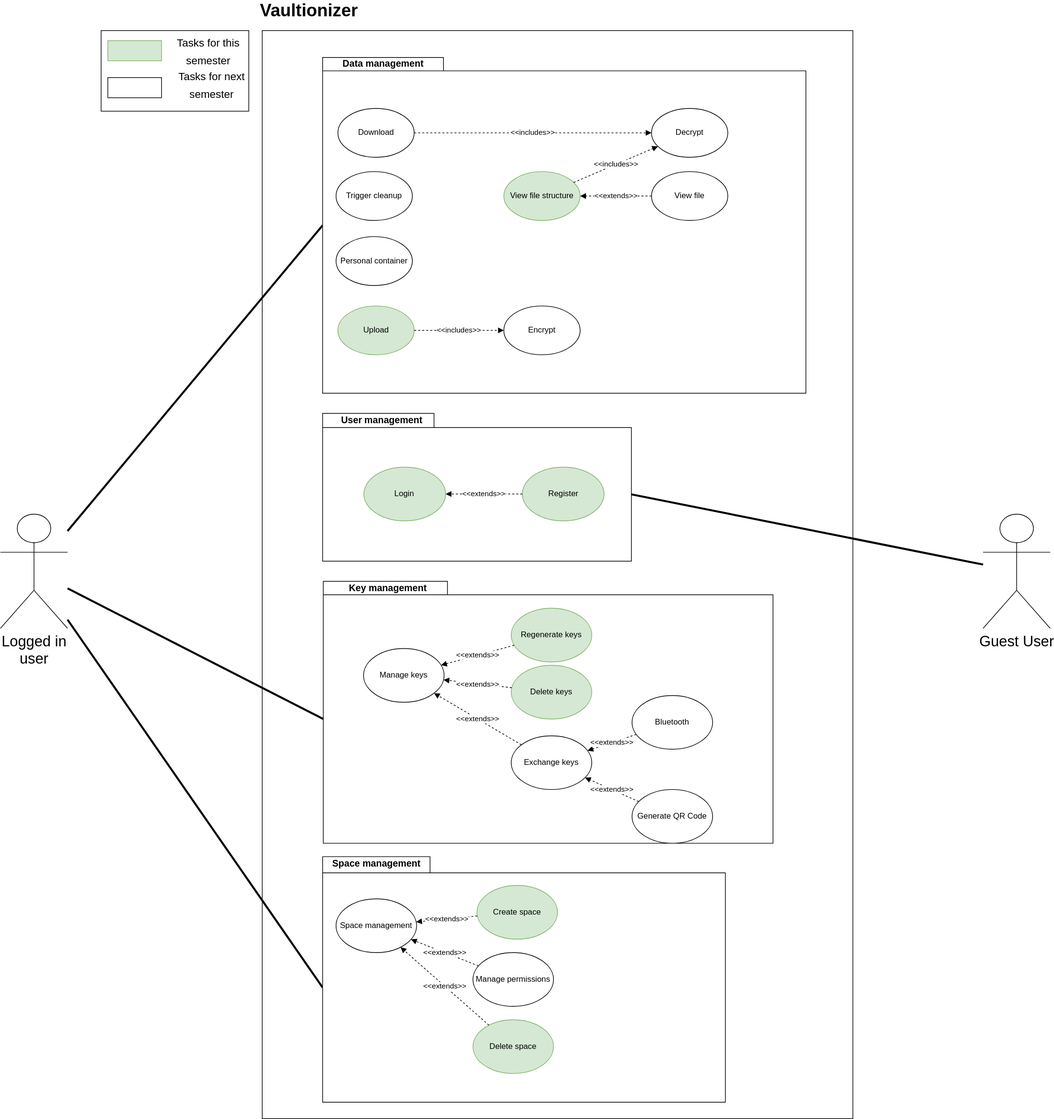
Before: img/use_cases/overall_use_case.svg, a diagram exported from draw.io (Vaultionizer/vault-docs). Source tidied: cells renumbered, new cells last; positions are measured from the earlier drawing's top-left corner, leaving out a move shared by most shapes.
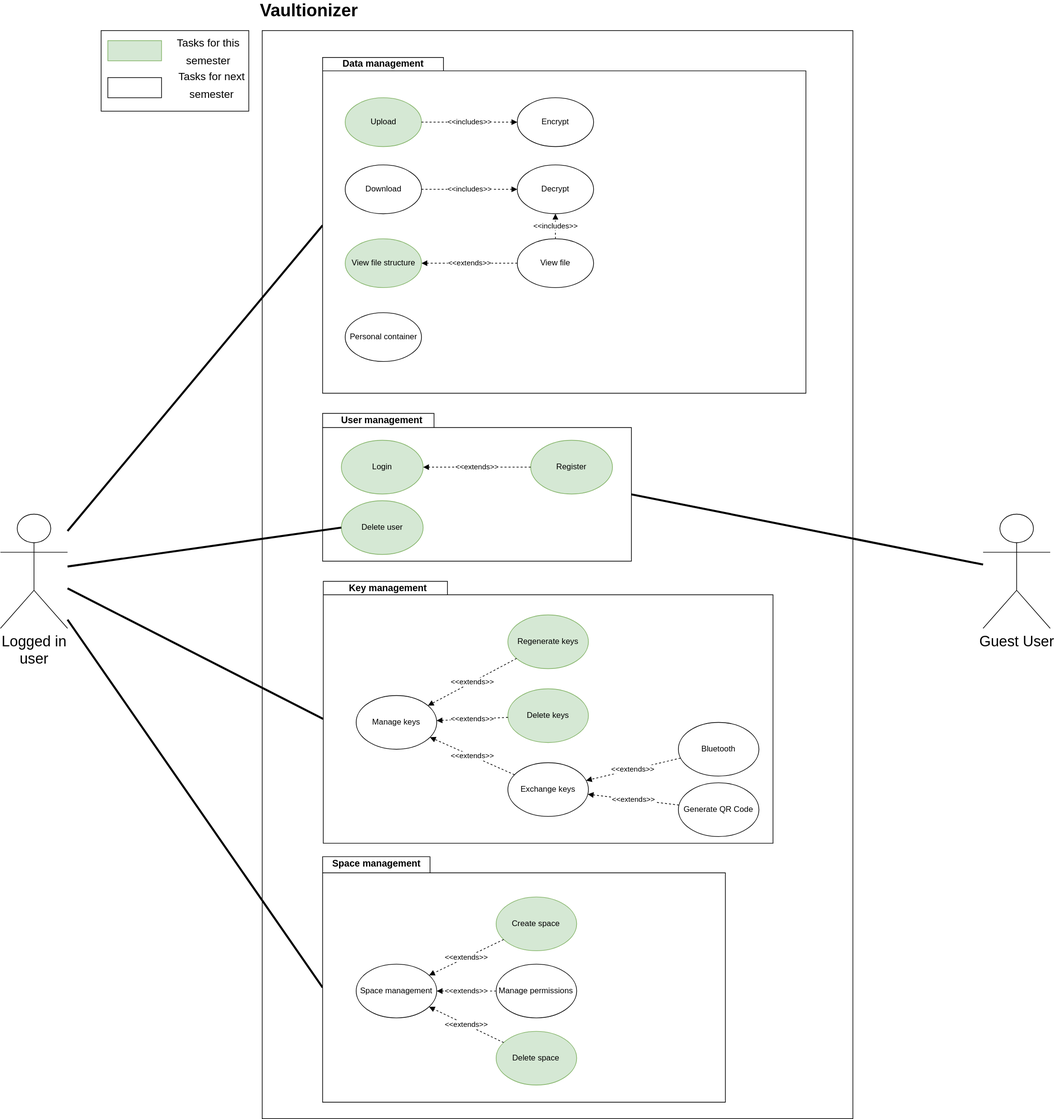
After the change.

Diff of the diagram source:
```diff
@@ -30,19 +30,19 @@
       <mxGeometry width="600" height="365.5" as="geometry" />
     </mxCell>
     <mxCell id="11" value="Space management" style="ellipse;whiteSpace=wrap;html=1;" parent="9" vertex="1">
-      <mxGeometry x="20" y="62.8" width="120" height="80" as="geometry" />
+      <mxGeometry x="50" y="160" width="120" height="80" as="geometry" />
     </mxCell>
     <mxCell id="12" value="Create space" style="ellipse;whiteSpace=wrap;html=1;fillColor=#d5e8d4;strokeColor=#82b366;" parent="9" vertex="1">
-      <mxGeometry x="230" y="42.8" width="120" height="80" as="geometry" />
+      <mxGeometry x="258.5" y="60" width="120" height="80" as="geometry" />
     </mxCell>
     <mxCell id="13" style="edgeStyle=none;rounded=0;orthogonalLoop=1;jettySize=auto;html=1;exitX=1;exitY=1;exitDx=0;exitDy=0;dashed=1;endArrow=block;endFill=1;" parent="9" edge="1" source="12" target="12">
       <mxGeometry relative="1" as="geometry" />
     </mxCell>
     <mxCell id="14" value="Manage permissions" style="ellipse;whiteSpace=wrap;html=1;" parent="9" vertex="1">
-      <mxGeometry x="224" y="142.8" width="120" height="80" as="geometry" />
+      <mxGeometry x="258.5" y="160" width="120" height="80" as="geometry" />
     </mxCell>
     <mxCell id="15" value="Delete space" style="ellipse;whiteSpace=wrap;html=1;fillColor=#d5e8d4;strokeColor=#82b366;" parent="9" vertex="1">
-      <mxGeometry x="224" y="242.8" width="120" height="80" as="geometry" />
+      <mxGeometry x="258.5" y="260" width="120" height="80" as="geometry" />
     </mxCell>
     <mxCell id="16" value="&amp;lt;&amp;lt;extends&amp;gt;&amp;gt;" style="edgeStyle=none;rounded=0;jettySize=auto;html=1;dashed=1;endArrow=block;endFill=1;" parent="9" edge="1" source="12" target="11">
       <mxGeometry relative="1" as="geometry" />
@@ -63,13 +63,13 @@
       <mxGeometry width="670" height="390" as="geometry" />
     </mxCell>
     <mxCell id="22" value="Manage keys" style="ellipse;whiteSpace=wrap;html=1;" parent="20" vertex="1">
-      <mxGeometry x="60" y="100" width="120" height="80" as="geometry" />
+      <mxGeometry x="49" y="170" width="120" height="80" as="geometry" />
     </mxCell>
     <mxCell id="23" value="Regenerate keys" style="ellipse;whiteSpace=wrap;html=1;fillColor=#d5e8d4;strokeColor=#82b366;" parent="20" vertex="1">
-      <mxGeometry x="280" y="40" width="120" height="80" as="geometry" />
+      <mxGeometry x="275" y="50" width="120" height="80" as="geometry" />
     </mxCell>
     <mxCell id="24" value="Delete keys" style="ellipse;whiteSpace=wrap;html=1;fillColor=#d5e8d4;strokeColor=#82b366;" parent="20" vertex="1">
-      <mxGeometry x="280" y="125" width="120" height="80" as="geometry" />
+      <mxGeometry x="275" y="160" width="120" height="80" as="geometry" />
     </mxCell>
     <mxCell id="25" value="&amp;lt;&amp;lt;extends&amp;gt;&amp;gt;" style="rounded=0;jettySize=auto;html=1;dashed=1;endArrow=block;endFill=1;" parent="20" edge="1" source="23" target="22">
       <mxGeometry relative="1" as="geometry" />
@@ -78,13 +78,13 @@
       <mxGeometry relative="1" as="geometry" />
     </mxCell>
     <mxCell id="27" value="Exchange keys" style="ellipse;whiteSpace=wrap;html=1;" parent="20" vertex="1">
-      <mxGeometry x="280" y="230" width="120" height="80" as="geometry" />
+      <mxGeometry x="275" y="270" width="120" height="80" as="geometry" />
     </mxCell>
     <mxCell id="28" value="Bluetooth" style="ellipse;whiteSpace=wrap;html=1;" parent="20" vertex="1">
-      <mxGeometry x="460" y="170" width="120" height="80" as="geometry" />
+      <mxGeometry x="529" y="210" width="120" height="80" as="geometry" />
     </mxCell>
     <mxCell id="29" value="Generate QR Code" style="ellipse;whiteSpace=wrap;html=1;" parent="20" vertex="1">
-      <mxGeometry x="460" y="310" width="120" height="80" as="geometry" />
+      <mxGeometry x="529" y="300" width="120" height="80" as="geometry" />
     </mxCell>
     <mxCell id="30" value="&amp;lt;&amp;lt;extends&amp;gt;&amp;gt;" style="rounded=0;jettySize=auto;html=1;dashed=1;endArrow=block;endFill=1;" parent="20" edge="1" source="27" target="22">
       <mxGeometry relative="1" as="geometry" />
@@ -105,10 +105,10 @@
       <mxGeometry width="460" height="220" as="geometry" />
     </mxCell>
     <mxCell id="36" value="Login" style="ellipse;whiteSpace=wrap;html=1;fillColor=#d5e8d4;strokeColor=#82b366;" parent="34" vertex="1">
-      <mxGeometry x="61.4" y="80" width="121.9" height="80" as="geometry" />
+      <mxGeometry x="27.9" y="40" width="121.9" height="80" as="geometry" />
     </mxCell>
     <mxCell id="37" value="Register" style="ellipse;whiteSpace=wrap;html=1;fillColor=#d5e8d4;strokeColor=#82b366;" parent="34" vertex="1">
-      <mxGeometry x="297.5" y="80" width="121.9" height="80" as="geometry" />
+      <mxGeometry x="310" y="40" width="121.9" height="80" as="geometry" />
     </mxCell>
     <mxCell id="38" value="&amp;lt;&amp;lt;extends&amp;gt;&amp;gt;" style="rounded=0;jettySize=auto;html=1;dashed=1;endArrow=block;endFill=1;" parent="34" edge="1" source="37" target="36">
       <mxGeometry relative="1" as="geometry" />
@@ -116,6 +116,9 @@
     <mxCell id="39" value="&lt;b style=&quot;font-size: 13px&quot;&gt;&lt;font style=&quot;font-size: 14px&quot;&gt;User&lt;/font&gt; &lt;font style=&quot;font-size: 14px&quot;&gt;management&lt;/font&gt;&lt;/b&gt;" style="text;html=1;strokeColor=none;fillColor=none;align=center;verticalAlign=middle;whiteSpace=wrap;rounded=0;" parent="34" vertex="1">
       <mxGeometry x="16.2" width="145.2" height="20" as="geometry" />
     </mxCell>
+    <mxCell id="65" value="Delete user" style="ellipse;whiteSpace=wrap;html=1;fillColor=#d5e8d4;strokeColor=#82b366;" parent="34" vertex="1">
+      <mxGeometry x="27.9" y="130" width="121.9" height="80" as="geometry" />
+    </mxCell>
     <mxCell id="40" style="group;" parent="1" vertex="1">
       <mxGeometry x="480" y="80" width="720" height="500" as="geometry" />
     </mxCell>
@@ -123,43 +126,40 @@
       <mxGeometry width="720" height="500" as="geometry" />
     </mxCell>
     <mxCell id="42" value="Upload" style="ellipse;whiteSpace=wrap;html=1;fillColor=#d5e8d4;strokeColor=#82b366;" parent="40" vertex="1">
-      <mxGeometry x="22.7" y="370" width="113.7" height="72.7" as="geometry" />
+      <mxGeometry x="33.6" y="60" width="113.7" height="72.7" as="geometry" />
     </mxCell>
     <mxCell id="43" value="Encrypt " style="ellipse;whiteSpace=wrap;html=1;" parent="40" vertex="1">
-      <mxGeometry x="270" y="370" width="113.7" height="72.7" as="geometry" />
+      <mxGeometry x="290" y="60" width="113.7" height="72.7" as="geometry" />
     </mxCell>
     <mxCell id="44" value="&amp;lt;&amp;lt;includes&amp;gt;&amp;gt;" style="edgeStyle=none;rounded=0;jettySize=auto;html=1;dashed=1;endArrow=block;endFill=1;exitX=1;exitY=0.5;exitDx=0;exitDy=0;" parent="40" edge="1" source="42" target="43">
       <mxGeometry x="-6.2" y="218.2" as="geometry" />
     </mxCell>
     <mxCell id="45" value="&lt;div&gt;Download&lt;br&gt;&lt;/div&gt;" style="ellipse;whiteSpace=wrap;html=1;" parent="40" vertex="1">
-      <mxGeometry x="22.7" y="75.9" width="113.7" height="72.7" as="geometry" />
+      <mxGeometry x="33.6" y="160" width="113.7" height="72.7" as="geometry" />
     </mxCell>
     <mxCell id="46" value="Decrypt" style="ellipse;whiteSpace=wrap;html=1;" parent="40" vertex="1">
-      <mxGeometry x="490" y="75.9" width="113.7" height="72.7" as="geometry" />
+      <mxGeometry x="290" y="160" width="113.7" height="72.7" as="geometry" />
     </mxCell>
     <mxCell id="47" value="Personal container" style="ellipse;whiteSpace=wrap;html=1;" parent="40" vertex="1">
-      <mxGeometry x="20" y="266.8" width="113.7" height="72.7" as="geometry" />
+      <mxGeometry x="33.6" y="380" width="113.7" height="72.7" as="geometry" />
     </mxCell>
     <mxCell id="48" value="&amp;lt;&amp;lt;includes&amp;gt;&amp;gt;" style="edgeStyle=none;rounded=0;jettySize=auto;html=1;dashed=1;endArrow=block;endFill=1;exitX=1;exitY=0.5;exitDx=0;exitDy=0;" parent="40" edge="1" source="45" target="46">
       <mxGeometry x="9.5" as="geometry" />
     </mxCell>
     <mxCell id="49" value="View file structure" style="ellipse;whiteSpace=wrap;html=1;fillColor=#d5e8d4;strokeColor=#82b366;" parent="40" vertex="1">
-      <mxGeometry x="270" y="170" width="113.7" height="72.7" as="geometry" />
+      <mxGeometry x="33.6" y="270" width="113.7" height="72.7" as="geometry" />
     </mxCell>
-    <mxCell id="50" value="&amp;lt;&amp;lt;includes&amp;gt;&amp;gt;" style="edgeStyle=none;rounded=0;jettySize=auto;html=1;dashed=1;endArrow=block;endFill=1;" parent="40" edge="1" source="49" target="46">
+    <mxCell id="50" value="&amp;lt;&amp;lt;includes&amp;gt;&amp;gt;" style="edgeStyle=none;rounded=0;jettySize=auto;html=1;dashed=1;endArrow=block;endFill=1;" parent="40" edge="1" source="54" target="46">
       <mxGeometry x="9.5" as="geometry" />
     </mxCell>
     <mxCell id="51" value="&lt;b&gt;&lt;font style=&quot;font-size: 14px&quot;&gt;Data management&lt;/font&gt;&lt;/b&gt;" style="text;html=1;strokeColor=none;fillColor=none;align=center;verticalAlign=middle;whiteSpace=wrap;rounded=0;" parent="40" vertex="1">
       <mxGeometry x="22.7" width="135.5" height="18.2" as="geometry" />
     </mxCell>
-    <mxCell id="52" value="Trigger cleanup" style="ellipse;whiteSpace=wrap;html=1;" parent="40" vertex="1">
-      <mxGeometry x="20" y="170" width="113.7" height="72.7" as="geometry" />
-    </mxCell>
     <mxCell id="53" value="&amp;lt;&amp;lt;extends&amp;gt;&amp;gt;" style="edgeStyle=orthogonalEdgeStyle;rounded=0;jettySize=auto;html=1;exitX=0;exitY=0.5;exitDx=0;exitDy=0;entryX=1;entryY=0.5;entryDx=0;entryDy=0;endArrow=block;endFill=1;dashed=1;" parent="40" edge="1" source="54" target="49">
       <mxGeometry relative="1" as="geometry" />
     </mxCell>
     <mxCell id="54" value="View file" style="ellipse;whiteSpace=wrap;html=1;" parent="40" vertex="1">
-      <mxGeometry x="490" y="170" width="113.7" height="72.7" as="geometry" />
+      <mxGeometry x="290" y="270" width="113.7" height="72.7" as="geometry" />
     </mxCell>
     <mxCell id="55" value="Vaultionizer" style="text;html=1;strokeColor=none;fillColor=none;align=center;verticalAlign=middle;whiteSpace=wrap;rounded=0;fontSize=26;fontStyle=1;" parent="1" vertex="1">
       <mxGeometry x="440" width="40" height="20" as="geometry" />
@@ -191,5 +191,8 @@
     <mxCell id="64" value="&lt;font style=&quot;font-size: 16px&quot;&gt;Tasks for next semester&lt;br&gt;&lt;/font&gt;" style="text;html=1;strokeColor=none;fillColor=none;align=center;verticalAlign=middle;whiteSpace=wrap;rounded=0;fontSize=22;" parent="59" vertex="1">
       <mxGeometry x="110" y="70" width="110" height="20" as="geometry" />
     </mxCell>
+    <mxCell id="66" style="edgeStyle=none;rounded=0;jettySize=auto;html=1;entryX=0;entryY=0.5;entryDx=0;entryDy=0;endArrow=none;endFill=0;strokeWidth=3;" parent="1" edge="1" source="6" target="65">
+      <mxGeometry relative="1" as="geometry" />
+    </mxCell>
   </root>
 </mxGraphModel>
```
